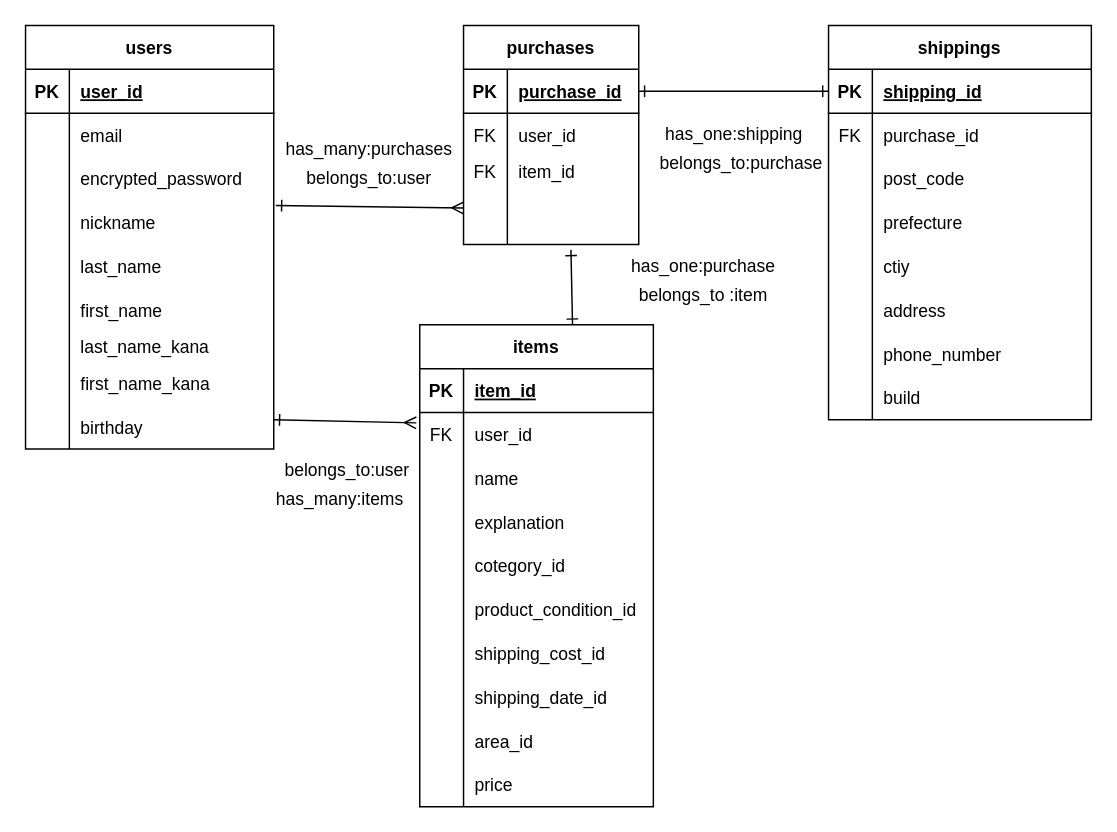
Earlier version of the draw.io diagram app/views/test.dio (karen0622/furima-41460). Source tidied: cells renumbered, new cells numbered last; positions are measured from the earlier drawing's top-left corner, leaving out a move shared by most shapes. Both pictures are drawn from the tidied source at 146%, with x=0, y=0 at pixel (25, 25).
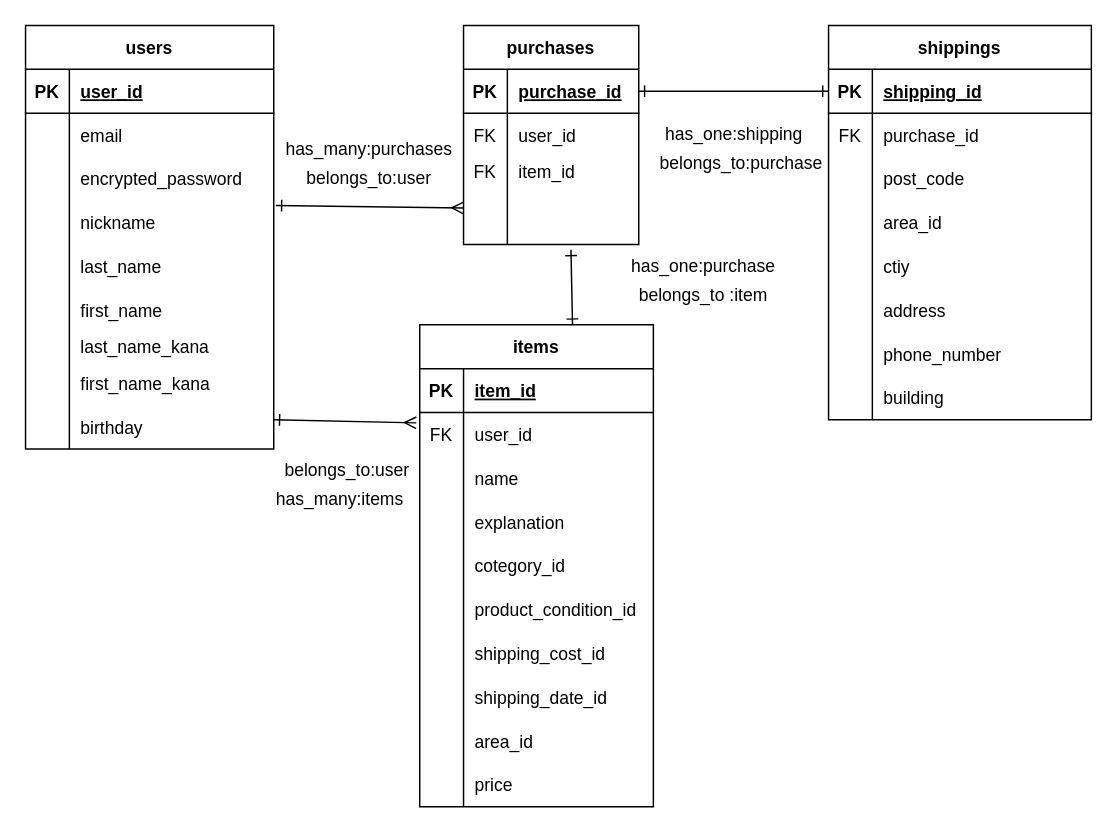
The same page after the edit.

Unchanged cells that the change refers to:
```xml
<mxCell id="87" style="shape=tableRow;horizontal=0;startSize=0;swimlaneHead=0;swimlaneBody=0;fillColor=none;top=0;left=0;right=0;bottom=0;" parent="77" vertex="1">
  <mxGeometry y="120" width="180" height="30" as="geometry" />
</mxCell>
<mxCell id="99" style="shape=tableRow;horizontal=0;startSize=0;swimlaneHead=0;swimlaneBody=0;fillColor=none;top=0;left=0;right=0;bottom=0;" parent="77" vertex="1">
  <mxGeometry y="240" width="180" height="30" as="geometry" />
</mxCell>
```

Diff of the diagram source:
```diff
@@
-    <mxCell id="89" value="prefecture" style="shape=partialRectangle;fillColor=none;top=0;left=0;bottom=0;right=0;align=left;spacingLeft=6;overflow=hidden;" parent="87" vertex="1">
+    <mxCell id="89" value="area_id" style="shape=partialRectangle;fillColor=none;top=0;left=0;bottom=0;right=0;align=left;spacingLeft=6;overflow=hidden;" parent="87" vertex="1">
       <mxGeometry x="30" width="150" height="30" as="geometry" />
     </mxCell>
@@
-    <mxCell id="101" value="build" style="shape=partialRectangle;fillColor=none;top=0;left=0;bottom=0;right=0;align=left;spacingLeft=6;overflow=hidden;" parent="99" vertex="1">
+    <mxCell id="101" value="building" style="shape=partialRectangle;fillColor=none;top=0;left=0;bottom=0;right=0;align=left;spacingLeft=6;overflow=hidden;" parent="99" vertex="1">
       <mxGeometry x="30" width="150" height="30" as="geometry" />
     </mxCell>
```
